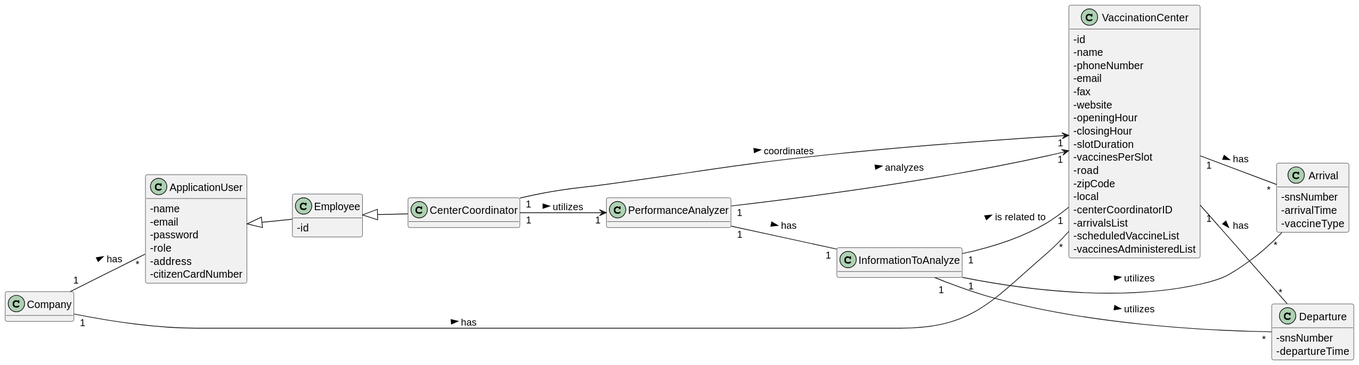
Earlier version of the PlantUML export docs/SprintD/US016/US016_MD.svg (Pirussa/lei-22-s2-1da-g02).
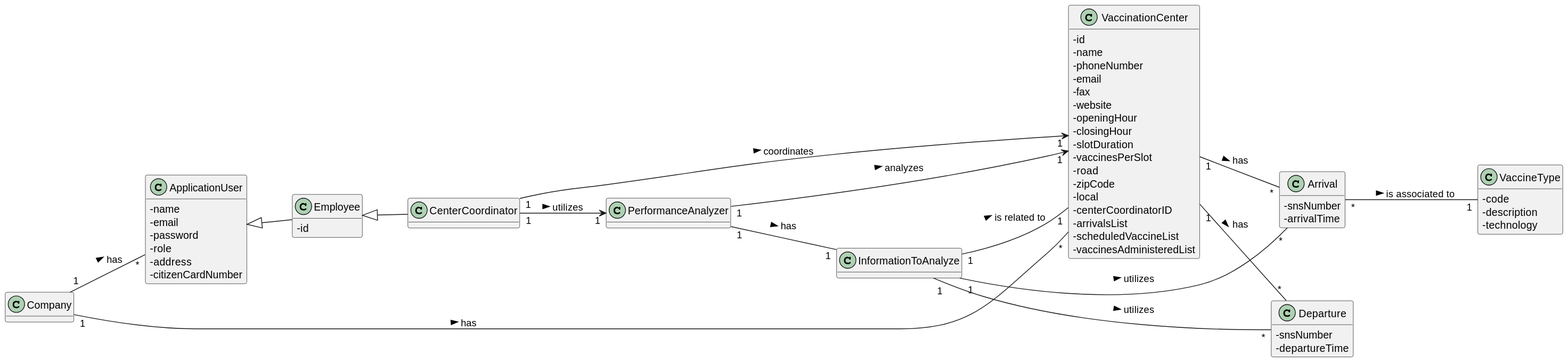
Above is the later version.

Commit message:
US16 - Design - Class Diagram completed - Domain Model updated US15 - Design - Class Diagram updated GENERAL -POM change to get the jar to be successfully generated

What changed in the source:
```diff
@@ -43,7 +43,13 @@
 class Arrival {
 -snsNumber
 -arrivalTime
--vaccineType
+
+}
+
+class VaccineType {
+-code
+-description
+-technology
 }
 
 class Departure {
@@ -84,4 +90,7 @@
 
 Company "1" -- "*" VaccinationCenter : has >
 
+Arrival "*" -- "1" VaccineType : is associated to >
+
+
 @enduml
```
